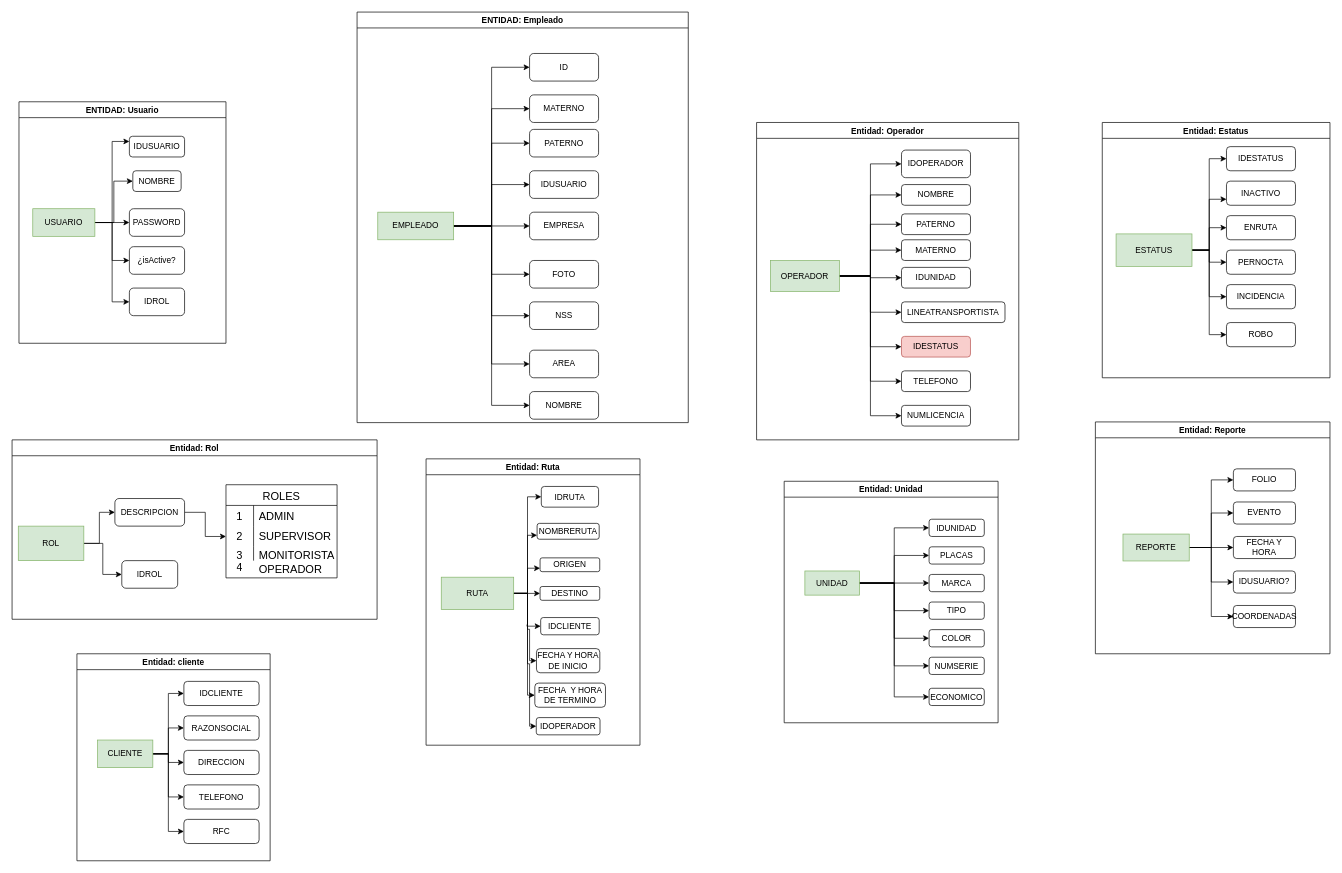
Above: Diagrama sin título.drawio in kaleb-miranda/DisenoDbMonitoreo (draw.io), before the change. Source tidied: cells renumbered, new cells numbered last; positions are measured from the earlier drawing's top-left corner, leaving out a move shared by most shapes. Both pictures are drawn from the tidied source at 69%, with x=0, y=0 at pixel (12, 12).
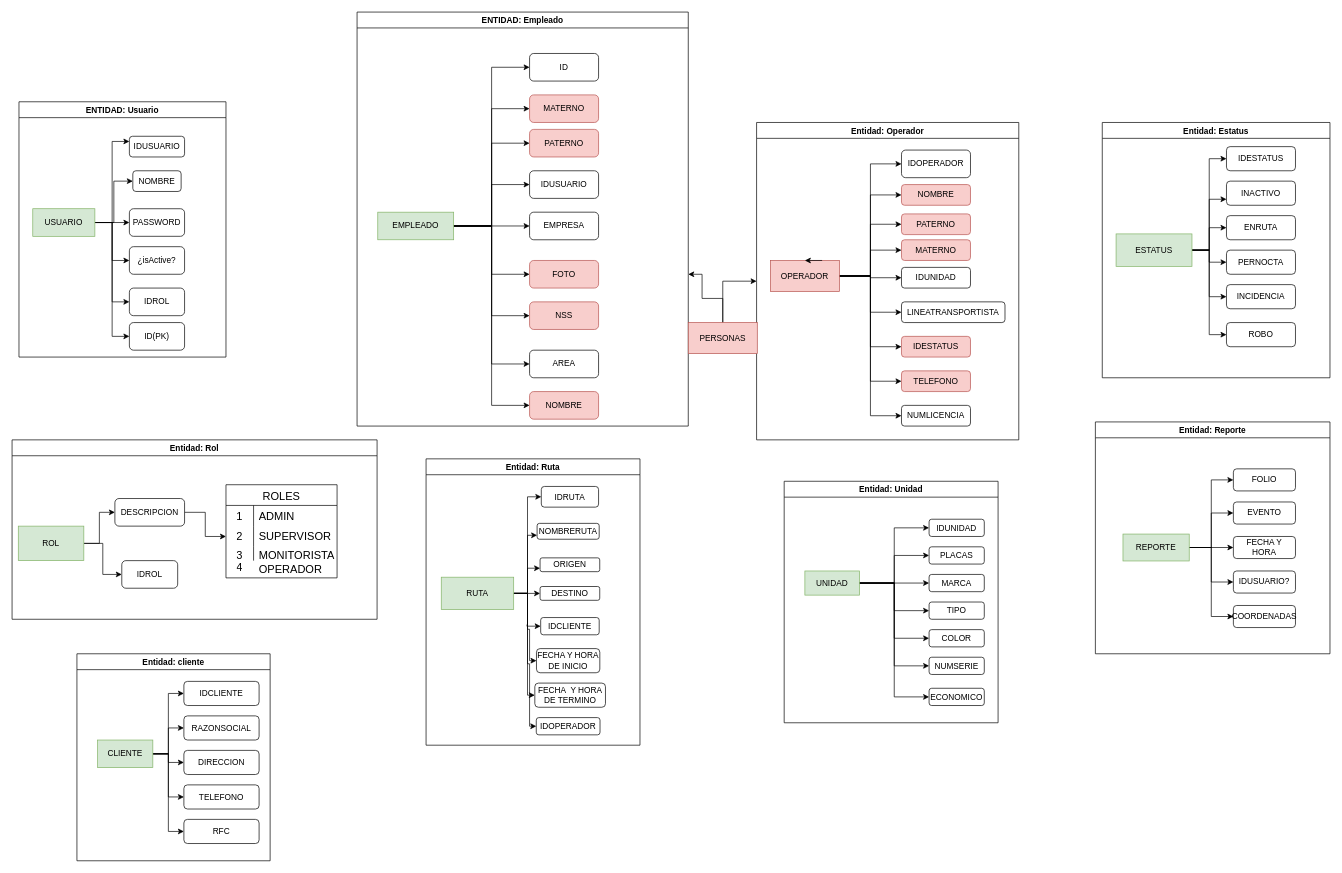
The same diagram, later.

The change refers to these unchanged cells:
```xml
<mxCell id="9" value="USUARIO" style="rounded=0;whiteSpace=wrap;html=1;fillColor=#d5e8d4;strokeColor=#82b366;" parent="2" vertex="1">
  <mxGeometry x="20" y="155" width="90" height="40" as="geometry" />
</mxCell>
<mxCell id="71" value="Entidad: Operador" style="swimlane;" parent="1" vertex="1">
  <mxGeometry x="1079" y="160" width="380" height="460" as="geometry" />
</mxCell>
```

What changed in the source:
```diff
@@
     <mxCell id="2" value="ENTIDAD: Usuario" style="swimlane;" parent="1" vertex="1">
-      <mxGeometry x="10" y="130" width="300" height="350" as="geometry" />
+      <mxGeometry x="10" y="130" width="300" height="370" as="geometry" />
     </mxCell>
@@
+    <mxCell id="146" style="edgeStyle=orthogonalEdgeStyle;rounded=0;jettySize=auto;html=1;exitX=1;exitY=0.5;exitDx=0;exitDy=0;entryX=0;entryY=0.5;entryDx=0;entryDy=0;" parent="2" edge="1" source="9" target="147">
+      <mxGeometry relative="1" as="geometry" />
+    </mxCell>
@@
+    <mxCell id="147" value="ID(PK)" style="rounded=1;whiteSpace=wrap;html=1;" parent="2" vertex="1">
+      <mxGeometry x="160" y="320" width="80" height="40" as="geometry" />
+    </mxCell>
     <mxCell id="14" value="ENTIDAD: Empleado" style="swimlane;" parent="1" vertex="1">
-      <mxGeometry x="500" width="480" height="595" as="geometry" />
+      <mxGeometry x="500" width="480" height="600" as="geometry" />
     </mxCell>
@@
-    <mxCell id="26" value="NOMBRE" style="rounded=1;whiteSpace=wrap;html=1;" parent="14" vertex="1">
+    <mxCell id="26" value="NOMBRE" style="rounded=1;whiteSpace=wrap;html=1;fillColor=#f8cecc;strokeColor=#b85450;" parent="14" vertex="1">
       <mxGeometry x="250" y="550" width="100" height="40" as="geometry" />
     </mxCell>
@@
-    <mxCell id="28" value="PATERNO" style="rounded=1;whiteSpace=wrap;html=1;" parent="14" vertex="1">
+    <mxCell id="28" value="PATERNO" style="rounded=1;whiteSpace=wrap;html=1;fillColor=#f8cecc;strokeColor=#b85450;" parent="14" vertex="1">
       <mxGeometry x="250" y="170" width="100" height="40" as="geometry" />
     </mxCell>
-    <mxCell id="29" value="NSS" style="rounded=1;whiteSpace=wrap;html=1;" parent="14" vertex="1">
+    <mxCell id="29" value="NSS" style="rounded=1;whiteSpace=wrap;html=1;fillColor=#f8cecc;strokeColor=#b85450;" parent="14" vertex="1">
       <mxGeometry x="250" y="420" width="100" height="40" as="geometry" />
     </mxCell>
@@
-    <mxCell id="31" value="MATERNO" style="rounded=1;whiteSpace=wrap;html=1;" parent="14" vertex="1">
+    <mxCell id="31" value="MATERNO" style="rounded=1;whiteSpace=wrap;html=1;fillColor=#f8cecc;strokeColor=#b85450;" parent="14" vertex="1">
       <mxGeometry x="250" y="120" width="100" height="40" as="geometry" />
     </mxCell>
@@
-    <mxCell id="33" value="FOTO" style="rounded=1;whiteSpace=wrap;html=1;" parent="14" vertex="1">
+    <mxCell id="33" value="FOTO" style="rounded=1;whiteSpace=wrap;html=1;fillColor=#f8cecc;strokeColor=#b85450;" parent="14" vertex="1">
       <mxGeometry x="250" y="360" width="100" height="40" as="geometry" />
     </mxCell>
@@
-    <mxCell id="81" value="OPERADOR" style="rounded=0;whiteSpace=wrap;html=1;fillColor=#d5e8d4;strokeColor=#82b366;" parent="71" vertex="1">
+    <mxCell id="81" value="OPERADOR" style="rounded=0;whiteSpace=wrap;html=1;fillColor=#f8cecc;strokeColor=#b85450;" parent="71" vertex="1">
       <mxGeometry x="20" y="200" width="100" height="45" as="geometry" />
     </mxCell>
@@
-    <mxCell id="83" value="NOMBRE" style="rounded=1;whiteSpace=wrap;html=1;" parent="71" vertex="1">
+    <mxCell id="83" value="NOMBRE" style="rounded=1;whiteSpace=wrap;html=1;fillColor=#f8cecc;strokeColor=#b85450;" parent="71" vertex="1">
       <mxGeometry x="210" y="90" width="100" height="30" as="geometry" />
     </mxCell>
-    <mxCell id="84" value="MATERNO" style="rounded=1;whiteSpace=wrap;html=1;" parent="71" vertex="1">
+    <mxCell id="84" value="MATERNO" style="rounded=1;whiteSpace=wrap;html=1;fillColor=#f8cecc;strokeColor=#b85450;" parent="71" vertex="1">
       <mxGeometry x="210" y="170" width="100" height="30" as="geometry" />
     </mxCell>
-    <mxCell id="85" value="PATERNO" style="rounded=1;whiteSpace=wrap;html=1;" parent="71" vertex="1">
+    <mxCell id="85" value="PATERNO" style="rounded=1;whiteSpace=wrap;html=1;fillColor=#f8cecc;strokeColor=#b85450;" parent="71" vertex="1">
       <mxGeometry x="210" y="132.5" width="100" height="30" as="geometry" />
     </mxCell>
@@
-    <mxCell id="91" value="TELEFONO" style="rounded=1;whiteSpace=wrap;html=1;" parent="71" vertex="1">
+    <mxCell id="91" value="TELEFONO" style="rounded=1;whiteSpace=wrap;html=1;fillColor=#f8cecc;strokeColor=#b85450;" parent="71" vertex="1">
       <mxGeometry x="210" y="360" width="100" height="30" as="geometry" />
     </mxCell>
+    <mxCell id="148" style="edgeStyle=orthogonalEdgeStyle;rounded=0;orthogonalLoop=1;jettySize=auto;html=1;exitX=0.75;exitY=0;exitDx=0;exitDy=0;entryX=0.5;entryY=0;entryDx=0;entryDy=0;" parent="71" edge="1" source="81" target="81">
+      <mxGeometry relative="1" as="geometry" />
+    </mxCell>
@@
+    <mxCell id="149" style="edgeStyle=orthogonalEdgeStyle;rounded=0;jettySize=auto;html=1;exitX=0.5;exitY=0;exitDx=0;exitDy=0;" parent="1" edge="1" source="151">
+      <mxGeometry relative="1" as="geometry">
+        <mxPoint x="980" y="380" as="targetPoint" />
+        <Array as="points">
+          <mxPoint x="1030" y="415" />
+          <mxPoint x="1000" y="415" />
+          <mxPoint x="1000" y="380" />
+        </Array>
+      </mxGeometry>
+    </mxCell>
+    <mxCell id="150" style="edgeStyle=orthogonalEdgeStyle;rounded=0;jettySize=auto;html=1;exitX=0.5;exitY=0;exitDx=0;exitDy=0;entryX=0;entryY=0.5;entryDx=0;entryDy=0;" parent="1" edge="1" source="151" target="71">
+      <mxGeometry relative="1" as="geometry" />
+    </mxCell>
+    <mxCell id="151" value="PERSONAS" style="rounded=0;whiteSpace=wrap;html=1;fillColor=#f8cecc;strokeColor=#b85450;" parent="1" vertex="1">
+      <mxGeometry x="980" y="450" width="100" height="45" as="geometry" />
+    </mxCell>
```
